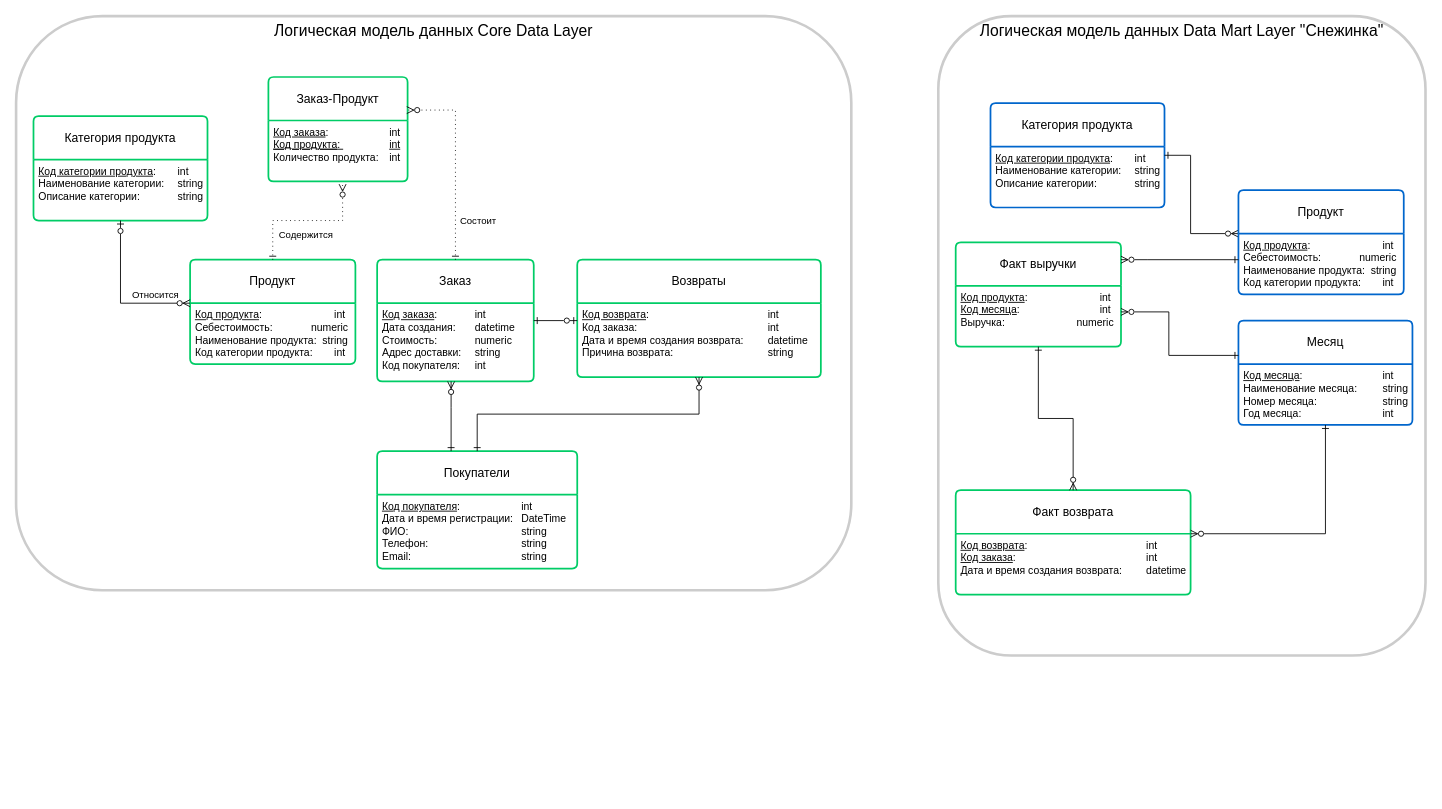
Earlier version of the draw.io diagram PWH-18_HW1.drawio (nik-gorby/PWH-18). Source tidied: cells renumbered, new cells numbered last; positions are measured from the earlier drawing's top-left corner, leaving out a move shared by most shapes. Both pictures are drawn from the tidied source at 87%, with x=0, y=0 at pixel (16, 16).
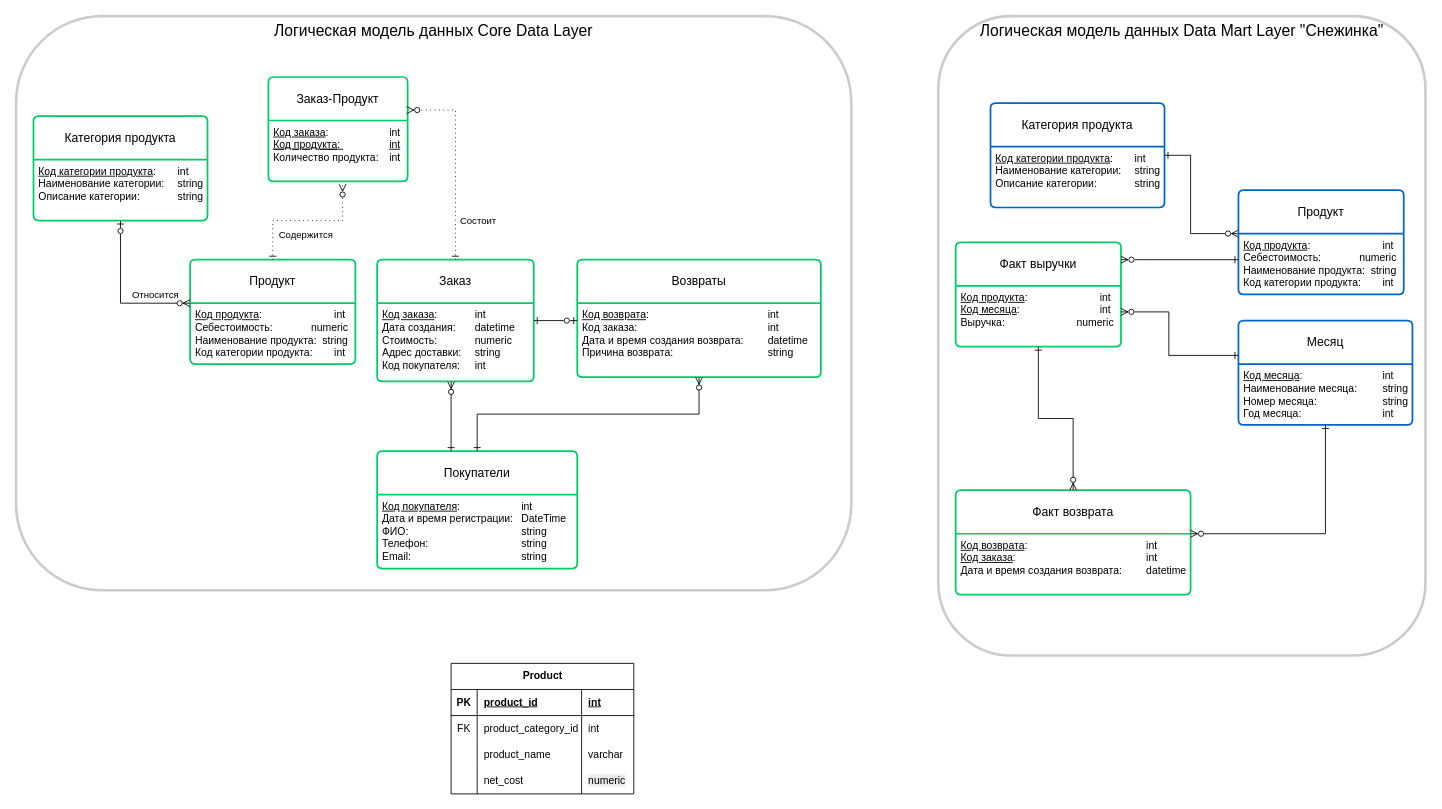
After the change.

The edit, as a diff of the source:
```diff
@@
+    <mxCell id="40" value="Product" style="shape=table;startSize=30;childLayout=tableLayout;rowLines=0;fontStyle=1;align=center;html=1;" parent="1" vertex="1">
+      <mxGeometry x="500" y="744" width="210" height="150" as="geometry" />
+    </mxCell>
+    <mxCell id="41" style="shape=tableRow;horizontal=0;startSize=0;swimlaneHead=0;swimlaneBody=0;fillColor=none;top=0;left=0;right=0;bottom=1;" parent="40" vertex="1">
+      <mxGeometry y="30" width="210" height="30" as="geometry" />
+    </mxCell>
+    <mxCell id="42" value="PK" style="shape=partialRectangle;fillColor=none;top=0;left=0;bottom=0;right=0;fontStyle=1;overflow=hidden;whiteSpace=wrap;html=1;" parent="41" vertex="1">
+      <mxGeometry width="30" height="30" as="geometry" />
+    </mxCell>
+    <mxCell id="43" value="product_id" style="shape=partialRectangle;fillColor=none;top=0;left=0;bottom=0;right=0;align=left;spacingLeft=6;fontStyle=5;overflow=hidden;whiteSpace=wrap;html=1;" parent="41" vertex="1">
+      <mxGeometry x="30" width="120" height="30" as="geometry" />
+    </mxCell>
+    <mxCell id="44" value="int" style="shape=partialRectangle;fillColor=none;top=0;left=0;bottom=0;right=0;align=left;spacingLeft=6;fontStyle=5;overflow=hidden;whiteSpace=wrap;html=1;" parent="41" vertex="1">
+      <mxGeometry x="150" width="60" height="30" as="geometry" />
+    </mxCell>
+    <mxCell id="45" style="shape=tableRow;horizontal=0;startSize=0;swimlaneHead=0;swimlaneBody=0;fillColor=none;top=0;left=0;right=0;bottom=0;" parent="40" vertex="1">
+      <mxGeometry y="60" width="210" height="30" as="geometry" />
+    </mxCell>
+    <mxCell id="46" value="FK" style="shape=partialRectangle;fillColor=none;top=0;left=0;bottom=0;right=0;fontStyle=0;overflow=hidden;whiteSpace=wrap;html=1;" parent="45" vertex="1">
+      <mxGeometry width="30" height="30" as="geometry" />
+    </mxCell>
+    <mxCell id="47" value="product_category_id" style="shape=partialRectangle;fillColor=none;top=0;left=0;bottom=0;right=0;align=left;spacingLeft=6;fontStyle=0;overflow=hidden;whiteSpace=wrap;html=1;" parent="45" vertex="1">
+      <mxGeometry x="30" width="120" height="30" as="geometry" />
+    </mxCell>
+    <mxCell id="48" value="int" style="shape=partialRectangle;fillColor=none;top=0;left=0;bottom=0;right=0;align=left;spacingLeft=6;fontStyle=0;overflow=hidden;whiteSpace=wrap;html=1;" parent="45" vertex="1">
+      <mxGeometry x="150" width="60" height="30" as="geometry" />
+    </mxCell>
+    <mxCell id="49" style="shape=tableRow;horizontal=0;startSize=0;swimlaneHead=0;swimlaneBody=0;fillColor=none;top=0;left=0;right=0;bottom=0;" parent="40" vertex="1">
+      <mxGeometry y="90" width="210" height="30" as="geometry" />
+    </mxCell>
+    <mxCell id="50" style="shape=partialRectangle;fillColor=none;top=0;left=0;bottom=0;right=0;overflow=hidden;whiteSpace=wrap;html=1;" parent="49" vertex="1">
+      <mxGeometry width="30" height="30" as="geometry" />
+    </mxCell>
+    <mxCell id="51" value="product_name" style="shape=partialRectangle;fillColor=none;top=0;left=0;bottom=0;right=0;align=left;spacingLeft=6;overflow=hidden;whiteSpace=wrap;html=1;" parent="49" vertex="1">
+      <mxGeometry x="30" width="120" height="30" as="geometry" />
+    </mxCell>
+    <mxCell id="52" value="varchar" style="shape=partialRectangle;fillColor=none;top=0;left=0;bottom=0;right=0;align=left;spacingLeft=6;overflow=hidden;whiteSpace=wrap;html=1;" parent="49" vertex="1">
+      <mxGeometry x="150" width="60" height="30" as="geometry" />
+    </mxCell>
+    <mxCell id="53" style="shape=tableRow;horizontal=0;startSize=0;swimlaneHead=0;swimlaneBody=0;fillColor=none;top=0;left=0;right=0;bottom=0;" parent="40" vertex="1">
+      <mxGeometry y="120" width="210" height="30" as="geometry" />
+    </mxCell>
+    <mxCell id="54" style="shape=partialRectangle;fillColor=none;top=0;left=0;bottom=0;right=0;overflow=hidden;whiteSpace=wrap;html=1;" parent="53" vertex="1">
+      <mxGeometry width="30" height="30" as="geometry" />
+    </mxCell>
+    <mxCell id="55" value="net_cost" style="shape=partialRectangle;fillColor=none;top=0;left=0;bottom=0;right=0;align=left;spacingLeft=6;overflow=hidden;whiteSpace=wrap;html=1;" parent="53" vertex="1">
+      <mxGeometry x="30" width="120" height="30" as="geometry" />
+    </mxCell>
+    <mxCell id="56" value="&lt;div&gt;&lt;span style=&quot;color: rgb(0, 0, 0); font-family: Helvetica; font-size: 12px; font-style: normal; font-variant-ligatures: normal; font-variant-caps: normal; font-weight: 400; letter-spacing: normal; orphans: 2; text-align: left; text-indent: 0px; text-transform: none; widows: 2; word-spacing: 0px; -webkit-text-stroke-width: 0px; white-space: normal; background-color: rgb(236, 236, 236); text-decoration-thickness: initial; text-decoration-style: initial; text-decoration-color: initial; float: none; display: inline !important;&quot;&gt;numeric&lt;/span&gt;&lt;br&gt;&lt;/div&gt;" style="shape=partialRectangle;fillColor=none;top=0;left=0;bottom=0;right=0;align=left;spacingLeft=6;overflow=hidden;whiteSpace=wrap;html=1;" parent="53" vertex="1">
+      <mxGeometry x="150" width="60" height="30" as="geometry" />
+    </mxCell>
```
